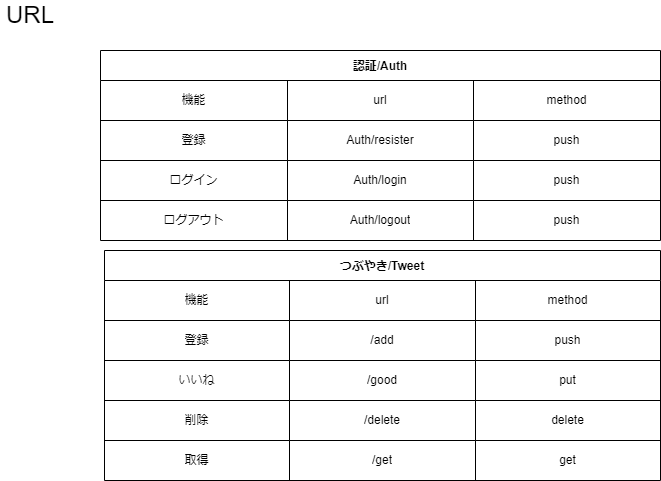
The draw.io diagram 設計/URL.drawio.png in junnichi-tajima/SNS_test, before a commit. Source tidied: cells renumbered, new cells last; positions are measured from the earlier drawing's top-left corner, leaving out a move shared by most shapes. The source it was exported from:
```xml
<mxGraphModel>
  <root>
    <mxCell id="0" />
    <mxCell id="1" parent="0" />
    <mxCell id="2" value="認証/Auth" style="shape=table;startSize=30;fontStyle=1;align=center;" parent="1" vertex="1">
      <mxGeometry x="100" y="50" width="560" height="190" as="geometry" />
    </mxCell>
    <mxCell id="3" style="shape=partialRectangle;html=1;whiteSpace=wrap;fillColor=none;top=0;left=0;bottom=0;right=0;" parent="2" vertex="1">
      <mxGeometry y="30" width="560" height="40" as="geometry" />
    </mxCell>
    <mxCell id="4" value="機能" style="shape=partialRectangle;html=1;whiteSpace=wrap;fillColor=none;top=0;left=0;bottom=0;right=0;overflow=hidden;" parent="3" vertex="1">
      <mxGeometry width="187" height="40" as="geometry" />
    </mxCell>
    <mxCell id="5" value="url" style="shape=partialRectangle;html=1;whiteSpace=wrap;fillColor=none;top=0;left=0;bottom=0;right=0;overflow=hidden;" parent="3" vertex="1">
      <mxGeometry x="187" width="186" height="40" as="geometry" />
    </mxCell>
    <mxCell id="6" value="method" style="shape=partialRectangle;html=1;whiteSpace=wrap;fillColor=none;top=0;left=0;bottom=0;right=0;overflow=hidden;" parent="3" vertex="1">
      <mxGeometry x="373" width="187" height="40" as="geometry" />
    </mxCell>
    <mxCell id="7" style="shape=partialRectangle;html=1;whiteSpace=wrap;fillColor=none;top=0;left=0;bottom=0;right=0;" parent="2" vertex="1">
      <mxGeometry y="70" width="560" height="40" as="geometry" />
    </mxCell>
    <mxCell id="8" value="登録" style="shape=partialRectangle;html=1;whiteSpace=wrap;fillColor=none;top=0;left=0;bottom=0;right=0;overflow=hidden;" parent="7" vertex="1">
      <mxGeometry width="187" height="40" as="geometry" />
    </mxCell>
    <mxCell id="9" value="Auth/resister" style="shape=partialRectangle;html=1;whiteSpace=wrap;fillColor=none;top=0;left=0;bottom=0;right=0;overflow=hidden;" parent="7" vertex="1">
      <mxGeometry x="187" width="186" height="40" as="geometry" />
    </mxCell>
    <mxCell id="10" value="push" style="shape=partialRectangle;html=1;whiteSpace=wrap;fillColor=none;top=0;left=0;bottom=0;right=0;overflow=hidden;" parent="7" vertex="1">
      <mxGeometry x="373" width="187" height="40" as="geometry" />
    </mxCell>
    <mxCell id="11" style="shape=partialRectangle;html=1;whiteSpace=wrap;fillColor=none;top=0;left=0;bottom=0;right=0;" parent="2" vertex="1">
      <mxGeometry y="110" width="560" height="40" as="geometry" />
    </mxCell>
    <mxCell id="12" value="ログイン" style="shape=partialRectangle;html=1;whiteSpace=wrap;fillColor=none;top=0;left=0;bottom=0;right=0;overflow=hidden;" parent="11" vertex="1">
      <mxGeometry width="187" height="40" as="geometry" />
    </mxCell>
    <mxCell id="13" value="Auth/login" style="shape=partialRectangle;html=1;whiteSpace=wrap;fillColor=none;top=0;left=0;bottom=0;right=0;overflow=hidden;" parent="11" vertex="1">
      <mxGeometry x="187" width="186" height="40" as="geometry" />
    </mxCell>
    <mxCell id="14" value="push" style="shape=partialRectangle;html=1;whiteSpace=wrap;fillColor=none;top=0;left=0;bottom=0;right=0;overflow=hidden;" parent="11" vertex="1">
      <mxGeometry x="373" width="187" height="40" as="geometry" />
    </mxCell>
    <mxCell id="15" style="shape=partialRectangle;html=1;whiteSpace=wrap;fillColor=none;top=0;left=0;bottom=0;right=0;" parent="2" vertex="1">
      <mxGeometry y="150" width="560" height="40" as="geometry" />
    </mxCell>
    <mxCell id="16" value="ログアウト" style="shape=partialRectangle;html=1;whiteSpace=wrap;fillColor=none;top=0;left=0;bottom=0;right=0;overflow=hidden;" parent="15" vertex="1">
      <mxGeometry width="187" height="40" as="geometry" />
    </mxCell>
    <mxCell id="17" value="Auth/logout" style="shape=partialRectangle;html=1;whiteSpace=wrap;fillColor=none;top=0;left=0;bottom=0;right=0;overflow=hidden;" parent="15" vertex="1">
      <mxGeometry x="187" width="186" height="40" as="geometry" />
    </mxCell>
    <mxCell id="18" value="push" style="shape=partialRectangle;html=1;whiteSpace=wrap;fillColor=none;top=0;left=0;bottom=0;right=0;overflow=hidden;" parent="15" vertex="1">
      <mxGeometry x="373" width="187" height="40" as="geometry" />
    </mxCell>
    <mxCell id="19" value="つぶやき/Tweet" style="shape=table;startSize=30;fontStyle=1;align=center;" parent="1" vertex="1">
      <mxGeometry x="104" y="250" width="556" height="230" as="geometry" />
    </mxCell>
    <mxCell id="20" style="shape=partialRectangle;html=1;whiteSpace=wrap;fillColor=none;top=0;left=0;bottom=0;right=0;" parent="19" vertex="1">
      <mxGeometry y="30" width="556" height="40" as="geometry" />
    </mxCell>
    <mxCell id="21" value="機能" style="shape=partialRectangle;html=1;whiteSpace=wrap;fillColor=none;top=0;left=0;bottom=0;right=0;overflow=hidden;" parent="20" vertex="1">
      <mxGeometry width="185" height="40" as="geometry" />
    </mxCell>
    <mxCell id="22" value="url" style="shape=partialRectangle;html=1;whiteSpace=wrap;fillColor=none;top=0;left=0;bottom=0;right=0;overflow=hidden;" parent="20" vertex="1">
      <mxGeometry x="185" width="186" height="40" as="geometry" />
    </mxCell>
    <mxCell id="23" value="method" style="shape=partialRectangle;html=1;whiteSpace=wrap;fillColor=none;top=0;left=0;bottom=0;right=0;overflow=hidden;" parent="20" vertex="1">
      <mxGeometry x="371" width="185" height="40" as="geometry" />
    </mxCell>
    <mxCell id="24" style="shape=partialRectangle;html=1;whiteSpace=wrap;fillColor=none;top=0;left=0;bottom=0;right=0;" parent="19" vertex="1">
      <mxGeometry y="70" width="556" height="40" as="geometry" />
    </mxCell>
    <mxCell id="25" value="登録" style="shape=partialRectangle;html=1;whiteSpace=wrap;fillColor=none;top=0;left=0;bottom=0;right=0;overflow=hidden;" parent="24" vertex="1">
      <mxGeometry width="185" height="40" as="geometry" />
    </mxCell>
    <mxCell id="26" value="/add" style="shape=partialRectangle;html=1;whiteSpace=wrap;fillColor=none;top=0;left=0;bottom=0;right=0;overflow=hidden;" parent="24" vertex="1">
      <mxGeometry x="185" width="186" height="40" as="geometry" />
    </mxCell>
    <mxCell id="27" value="push" style="shape=partialRectangle;html=1;whiteSpace=wrap;fillColor=none;top=0;left=0;bottom=0;right=0;overflow=hidden;" parent="24" vertex="1">
      <mxGeometry x="371" width="185" height="40" as="geometry" />
    </mxCell>
    <mxCell id="28" style="shape=partialRectangle;html=1;whiteSpace=wrap;fillColor=none;top=0;left=0;bottom=0;right=0;" parent="19" vertex="1">
      <mxGeometry y="110" width="556" height="40" as="geometry" />
    </mxCell>
    <mxCell id="29" value="いいね" style="shape=partialRectangle;html=1;whiteSpace=wrap;fillColor=none;top=0;left=0;bottom=0;right=0;overflow=hidden;" parent="28" vertex="1">
      <mxGeometry width="185" height="40" as="geometry" />
    </mxCell>
    <mxCell id="30" value="/good" style="shape=partialRectangle;html=1;whiteSpace=wrap;fillColor=none;top=0;left=0;bottom=0;right=0;overflow=hidden;" parent="28" vertex="1">
      <mxGeometry x="185" width="186" height="40" as="geometry" />
    </mxCell>
    <mxCell id="31" value="put" style="shape=partialRectangle;html=1;whiteSpace=wrap;fillColor=none;top=0;left=0;bottom=0;right=0;overflow=hidden;" parent="28" vertex="1">
      <mxGeometry x="371" width="185" height="40" as="geometry" />
    </mxCell>
    <mxCell id="32" style="shape=partialRectangle;html=1;whiteSpace=wrap;fillColor=none;top=0;left=0;bottom=0;right=0;" parent="19" vertex="1">
      <mxGeometry y="150" width="556" height="40" as="geometry" />
    </mxCell>
    <mxCell id="33" value="削除" style="shape=partialRectangle;html=1;whiteSpace=wrap;fillColor=none;top=0;left=0;bottom=0;right=0;overflow=hidden;" parent="32" vertex="1">
      <mxGeometry width="185" height="40" as="geometry" />
    </mxCell>
    <mxCell id="34" value="/delete" style="shape=partialRectangle;html=1;whiteSpace=wrap;fillColor=none;top=0;left=0;bottom=0;right=0;overflow=hidden;" parent="32" vertex="1">
      <mxGeometry x="185" width="186" height="40" as="geometry" />
    </mxCell>
    <mxCell id="35" value="delete" style="shape=partialRectangle;html=1;whiteSpace=wrap;fillColor=none;top=0;left=0;bottom=0;right=0;overflow=hidden;" parent="32" vertex="1">
      <mxGeometry x="371" width="185" height="40" as="geometry" />
    </mxCell>
    <mxCell id="36" style="shape=partialRectangle;html=1;whiteSpace=wrap;fillColor=none;top=0;left=0;bottom=0;right=0;" parent="19" vertex="1">
      <mxGeometry y="190" width="556" height="40" as="geometry" />
    </mxCell>
    <mxCell id="37" value="取得" style="shape=partialRectangle;html=1;whiteSpace=wrap;fillColor=none;top=0;left=0;bottom=0;right=0;overflow=hidden;" parent="36" vertex="1">
      <mxGeometry width="185" height="40" as="geometry" />
    </mxCell>
    <mxCell id="38" value="/get" style="shape=partialRectangle;html=1;whiteSpace=wrap;fillColor=none;top=0;left=0;bottom=0;right=0;overflow=hidden;" parent="36" vertex="1">
      <mxGeometry x="185" width="186" height="40" as="geometry" />
    </mxCell>
    <mxCell id="39" value="get" style="shape=partialRectangle;html=1;whiteSpace=wrap;fillColor=none;top=0;left=0;bottom=0;right=0;overflow=hidden;" parent="36" vertex="1">
      <mxGeometry x="371" width="185" height="40" as="geometry" />
    </mxCell>
    <mxCell id="40" value="URL" style="text;html=1;strokeColor=none;fillColor=none;align=center;verticalAlign=middle;whiteSpace=wrap;rounded=0;fontSize=24;" parent="1" vertex="1">
      <mxGeometry width="60" height="30" as="geometry" />
    </mxCell>
  </root>
</mxGraphModel>
```
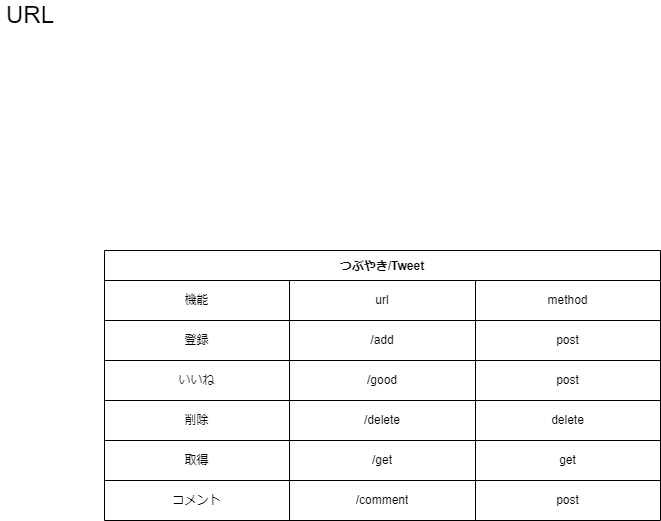
The same file after the commit.

The edit, as a diff of the source:
```diff
@@ -2,59 +2,8 @@
   <root>
     <mxCell id="0" />
     <mxCell id="1" parent="0" />
-    <mxCell id="2" value="認証/Auth" style="shape=table;startSize=30;fontStyle=1;align=center;" parent="1" vertex="1">
-      <mxGeometry x="100" y="50" width="560" height="190" as="geometry" />
-    </mxCell>
-    <mxCell id="3" style="shape=partialRectangle;html=1;whiteSpace=wrap;fillColor=none;top=0;left=0;bottom=0;right=0;" parent="2" vertex="1">
-      <mxGeometry y="30" width="560" height="40" as="geometry" />
-    </mxCell>
-    <mxCell id="4" value="機能" style="shape=partialRectangle;html=1;whiteSpace=wrap;fillColor=none;top=0;left=0;bottom=0;right=0;overflow=hidden;" parent="3" vertex="1">
-      <mxGeometry width="187" height="40" as="geometry" />
-    </mxCell>
-    <mxCell id="5" value="url" style="shape=partialRectangle;html=1;whiteSpace=wrap;fillColor=none;top=0;left=0;bottom=0;right=0;overflow=hidden;" parent="3" vertex="1">
-      <mxGeometry x="187" width="186" height="40" as="geometry" />
-    </mxCell>
-    <mxCell id="6" value="method" style="shape=partialRectangle;html=1;whiteSpace=wrap;fillColor=none;top=0;left=0;bottom=0;right=0;overflow=hidden;" parent="3" vertex="1">
-      <mxGeometry x="373" width="187" height="40" as="geometry" />
-    </mxCell>
-    <mxCell id="7" style="shape=partialRectangle;html=1;whiteSpace=wrap;fillColor=none;top=0;left=0;bottom=0;right=0;" parent="2" vertex="1">
-      <mxGeometry y="70" width="560" height="40" as="geometry" />
-    </mxCell>
-    <mxCell id="8" value="登録" style="shape=partialRectangle;html=1;whiteSpace=wrap;fillColor=none;top=0;left=0;bottom=0;right=0;overflow=hidden;" parent="7" vertex="1">
-      <mxGeometry width="187" height="40" as="geometry" />
-    </mxCell>
-    <mxCell id="9" value="Auth/resister" style="shape=partialRectangle;html=1;whiteSpace=wrap;fillColor=none;top=0;left=0;bottom=0;right=0;overflow=hidden;" parent="7" vertex="1">
-      <mxGeometry x="187" width="186" height="40" as="geometry" />
-    </mxCell>
-    <mxCell id="10" value="push" style="shape=partialRectangle;html=1;whiteSpace=wrap;fillColor=none;top=0;left=0;bottom=0;right=0;overflow=hidden;" parent="7" vertex="1">
-      <mxGeometry x="373" width="187" height="40" as="geometry" />
-    </mxCell>
-    <mxCell id="11" style="shape=partialRectangle;html=1;whiteSpace=wrap;fillColor=none;top=0;left=0;bottom=0;right=0;" parent="2" vertex="1">
-      <mxGeometry y="110" width="560" height="40" as="geometry" />
-    </mxCell>
-    <mxCell id="12" value="ログイン" style="shape=partialRectangle;html=1;whiteSpace=wrap;fillColor=none;top=0;left=0;bottom=0;right=0;overflow=hidden;" parent="11" vertex="1">
-      <mxGeometry width="187" height="40" as="geometry" />
-    </mxCell>
-    <mxCell id="13" value="Auth/login" style="shape=partialRectangle;html=1;whiteSpace=wrap;fillColor=none;top=0;left=0;bottom=0;right=0;overflow=hidden;" parent="11" vertex="1">
-      <mxGeometry x="187" width="186" height="40" as="geometry" />
-    </mxCell>
-    <mxCell id="14" value="push" style="shape=partialRectangle;html=1;whiteSpace=wrap;fillColor=none;top=0;left=0;bottom=0;right=0;overflow=hidden;" parent="11" vertex="1">
-      <mxGeometry x="373" width="187" height="40" as="geometry" />
-    </mxCell>
-    <mxCell id="15" style="shape=partialRectangle;html=1;whiteSpace=wrap;fillColor=none;top=0;left=0;bottom=0;right=0;" parent="2" vertex="1">
-      <mxGeometry y="150" width="560" height="40" as="geometry" />
-    </mxCell>
-    <mxCell id="16" value="ログアウト" style="shape=partialRectangle;html=1;whiteSpace=wrap;fillColor=none;top=0;left=0;bottom=0;right=0;overflow=hidden;" parent="15" vertex="1">
-      <mxGeometry width="187" height="40" as="geometry" />
-    </mxCell>
-    <mxCell id="17" value="Auth/logout" style="shape=partialRectangle;html=1;whiteSpace=wrap;fillColor=none;top=0;left=0;bottom=0;right=0;overflow=hidden;" parent="15" vertex="1">
-      <mxGeometry x="187" width="186" height="40" as="geometry" />
-    </mxCell>
-    <mxCell id="18" value="push" style="shape=partialRectangle;html=1;whiteSpace=wrap;fillColor=none;top=0;left=0;bottom=0;right=0;overflow=hidden;" parent="15" vertex="1">
-      <mxGeometry x="373" width="187" height="40" as="geometry" />
-    </mxCell>
     <mxCell id="19" value="つぶやき/Tweet" style="shape=table;startSize=30;fontStyle=1;align=center;" parent="1" vertex="1">
-      <mxGeometry x="104" y="250" width="556" height="230" as="geometry" />
+      <mxGeometry x="104" y="250" width="556" height="270" as="geometry" />
     </mxCell>
     <mxCell id="20" style="shape=partialRectangle;html=1;whiteSpace=wrap;fillColor=none;top=0;left=0;bottom=0;right=0;" parent="19" vertex="1">
       <mxGeometry y="30" width="556" height="40" as="geometry" />
@@ -77,7 +26,7 @@
     <mxCell id="26" value="/add" style="shape=partialRectangle;html=1;whiteSpace=wrap;fillColor=none;top=0;left=0;bottom=0;right=0;overflow=hidden;" parent="24" vertex="1">
       <mxGeometry x="185" width="186" height="40" as="geometry" />
     </mxCell>
-    <mxCell id="27" value="push" style="shape=partialRectangle;html=1;whiteSpace=wrap;fillColor=none;top=0;left=0;bottom=0;right=0;overflow=hidden;" parent="24" vertex="1">
+    <mxCell id="27" value="post" style="shape=partialRectangle;html=1;whiteSpace=wrap;fillColor=none;top=0;left=0;bottom=0;right=0;overflow=hidden;" parent="24" vertex="1">
       <mxGeometry x="371" width="185" height="40" as="geometry" />
     </mxCell>
     <mxCell id="28" style="shape=partialRectangle;html=1;whiteSpace=wrap;fillColor=none;top=0;left=0;bottom=0;right=0;" parent="19" vertex="1">
@@ -89,7 +38,7 @@
     <mxCell id="30" value="/good" style="shape=partialRectangle;html=1;whiteSpace=wrap;fillColor=none;top=0;left=0;bottom=0;right=0;overflow=hidden;" parent="28" vertex="1">
       <mxGeometry x="185" width="186" height="40" as="geometry" />
     </mxCell>
-    <mxCell id="31" value="put" style="shape=partialRectangle;html=1;whiteSpace=wrap;fillColor=none;top=0;left=0;bottom=0;right=0;overflow=hidden;" parent="28" vertex="1">
+    <mxCell id="31" value="post" style="shape=partialRectangle;html=1;whiteSpace=wrap;fillColor=none;top=0;left=0;bottom=0;right=0;overflow=hidden;" parent="28" vertex="1">
       <mxGeometry x="371" width="185" height="40" as="geometry" />
     </mxCell>
     <mxCell id="32" style="shape=partialRectangle;html=1;whiteSpace=wrap;fillColor=none;top=0;left=0;bottom=0;right=0;" parent="19" vertex="1">
@@ -116,6 +65,18 @@
     <mxCell id="39" value="get" style="shape=partialRectangle;html=1;whiteSpace=wrap;fillColor=none;top=0;left=0;bottom=0;right=0;overflow=hidden;" parent="36" vertex="1">
       <mxGeometry x="371" width="185" height="40" as="geometry" />
     </mxCell>
+    <mxCell id="6" style="shape=partialRectangle;html=1;whiteSpace=wrap;fillColor=none;top=0;left=0;bottom=0;right=0;" parent="19" vertex="1">
+      <mxGeometry y="230" width="556" height="40" as="geometry" />
+    </mxCell>
+    <mxCell id="41" value="コメント" style="shape=partialRectangle;html=1;whiteSpace=wrap;fillColor=none;top=0;left=0;bottom=0;right=0;overflow=hidden;" parent="6" vertex="1">
+      <mxGeometry width="185" height="40" as="geometry" />
+    </mxCell>
+    <mxCell id="42" value="/comment" style="shape=partialRectangle;html=1;whiteSpace=wrap;fillColor=none;top=0;left=0;bottom=0;right=0;overflow=hidden;" parent="6" vertex="1">
+      <mxGeometry x="185" width="186" height="40" as="geometry" />
+    </mxCell>
+    <mxCell id="43" value="post" style="shape=partialRectangle;html=1;whiteSpace=wrap;fillColor=none;top=0;left=0;bottom=0;right=0;overflow=hidden;" parent="6" vertex="1">
+      <mxGeometry x="371" width="185" height="40" as="geometry" />
+    </mxCell>
     <mxCell id="40" value="URL" style="text;html=1;strokeColor=none;fillColor=none;align=center;verticalAlign=middle;whiteSpace=wrap;rounded=0;fontSize=24;" parent="1" vertex="1">
       <mxGeometry width="60" height="30" as="geometry" />
     </mxCell>
```
